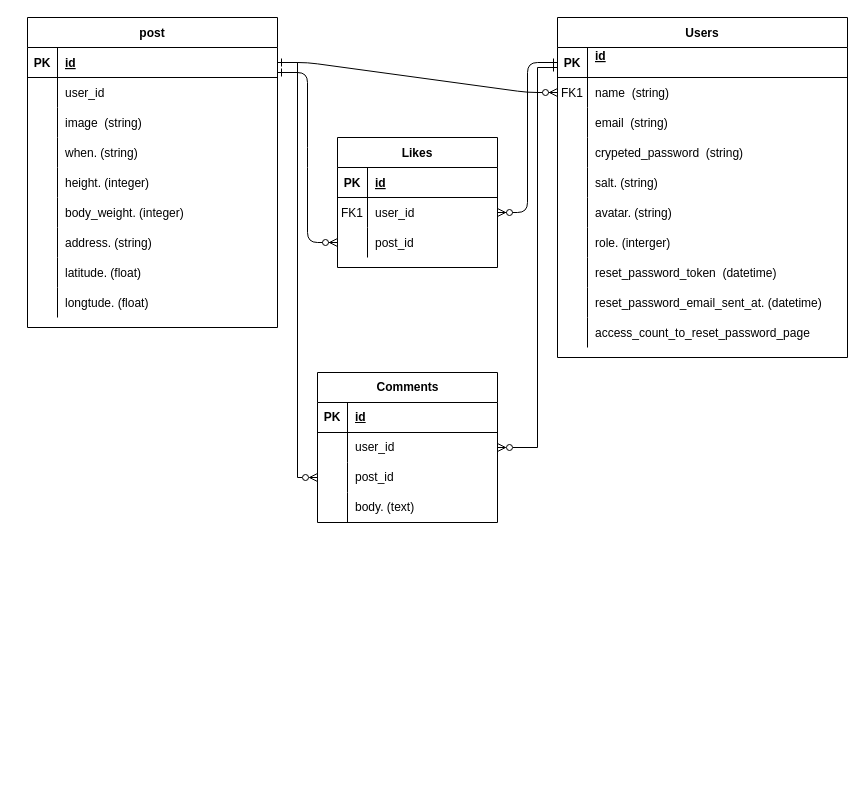
This is 名称未設定ファイル.drawio from daichi-50/make_ER, a draw.io file, before an edit. Source tidied: cells renumbered, new cells numbered last; positions are measured from the earlier drawing's top-left corner, leaving out a move shared by most shapes. Both pictures are drawn from the tidied source at 100%, with x=0, y=0 at pixel (27, 17).
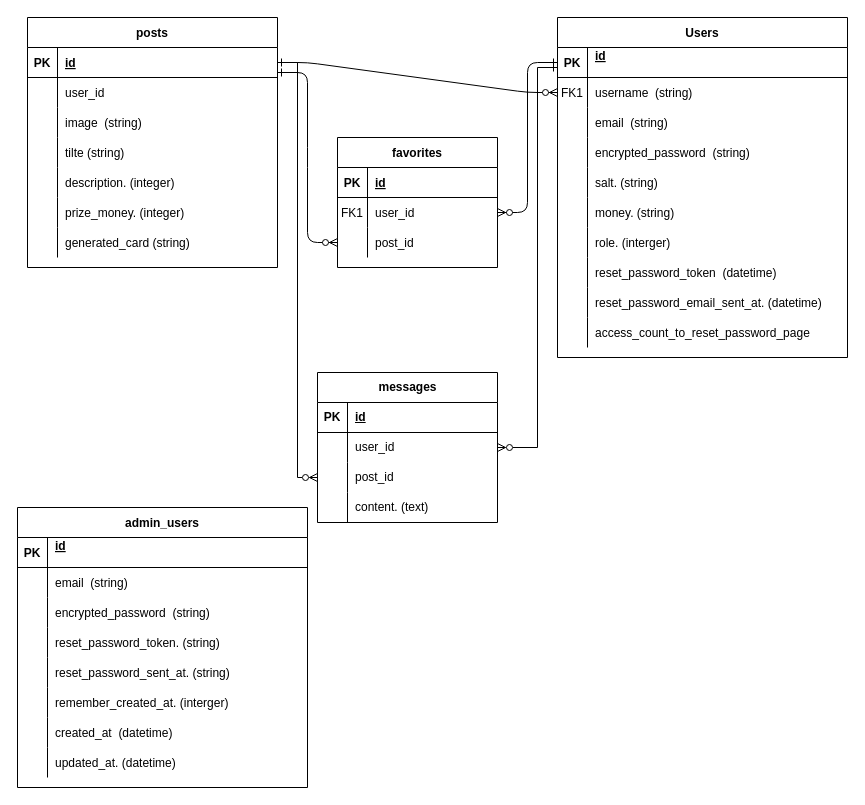
Above is the later version.

Commit message:
名称未設定ファイル.drawio を更新します

Unchanged cells that the change refers to:
```xml
<mxCell id="8" style="shape=partialRectangle;fillColor=none;points=[[0,0.5],[1,0.5]];portConstraint=eastwest;top=0;left=0;right=0;bottom=0;" parent="4" vertex="1">
  <mxGeometry y="60" width="290" height="30" as="geometry" />
</mxCell>
<mxCell id="14" style="shape=partialRectangle;fillColor=none;top=0;left=0;right=0;bottom=0;" parent="4" vertex="1">
  <mxGeometry y="120" width="290" height="30" as="geometry" />
</mxCell>
<mxCell id="20" style="shape=partialRectangle;fillColor=none;top=0;left=0;right=0;bottom=0;" parent="4" vertex="1">
  <mxGeometry y="180" width="290" height="30" as="geometry" />
</mxCell>
<mxCell id="55" style="shape=partialRectangle;fillColor=none;top=0;left=0;right=0;bottom=0;" parent="45" vertex="1">
  <mxGeometry y="120" width="250" height="30" as="geometry" />
</mxCell>
<mxCell id="58" style="shape=partialRectangle;fillColor=none;top=0;left=0;right=0;bottom=0;" parent="45" vertex="1">
  <mxGeometry y="150" width="250" height="30" as="geometry" />
</mxCell>
<mxCell id="61" style="shape=partialRectangle;fillColor=none;top=0;left=0;right=0;bottom=0;" parent="45" vertex="1">
  <mxGeometry y="180" width="250" height="30" as="geometry" />
</mxCell>
<mxCell id="64" style="shape=partialRectangle;fillColor=none;top=0;left=0;right=0;bottom=0;" parent="45" vertex="1">
  <mxGeometry y="210" width="250" height="30" as="geometry" />
</mxCell>
<mxCell id="83" style="shape=tableRow;horizontal=0;startSize=0;swimlaneHead=0;swimlaneBody=0;fillColor=none;top=0;left=0;right=0;bottom=0;" parent="73" vertex="1">
  <mxGeometry y="120" width="180" height="30" as="geometry" />
</mxCell>
```

What changed in the source:
```diff
@@
-    <mxCell id="10" value="name  (string)" style="shape=partialRectangle;overflow=hidden;fillColor=none;top=0;left=0;bottom=0;right=0;align=left;spacingLeft=6;" parent="8" vertex="1">
+    <mxCell id="10" value="username  (string)" style="shape=partialRectangle;overflow=hidden;fillColor=none;top=0;left=0;bottom=0;right=0;align=left;spacingLeft=6;" parent="8" vertex="1">
       <mxGeometry x="30" width="260" height="30" as="geometry" />
     </mxCell>
@@
-    <mxCell id="16" value="crypeted_password  (string)" style="shape=partialRectangle;overflow=hidden;fillColor=none;top=0;left=0;bottom=0;right=0;align=left;spacingLeft=6;" parent="14" vertex="1">
+    <mxCell id="16" value="encrypted_password  (string)" style="shape=partialRectangle;overflow=hidden;fillColor=none;top=0;left=0;bottom=0;right=0;align=left;spacingLeft=6;" parent="14" vertex="1">
       <mxGeometry x="30" width="260" height="30" as="geometry" />
     </mxCell>
@@
-    <mxCell id="22" value="avatar. (string)" style="shape=partialRectangle;overflow=hidden;fillColor=none;top=0;left=0;bottom=0;right=0;align=left;spacingLeft=6;" parent="20" vertex="1">
+    <mxCell id="22" value="money. (string)" style="shape=partialRectangle;overflow=hidden;fillColor=none;top=0;left=0;bottom=0;right=0;align=left;spacingLeft=6;" parent="20" vertex="1">
       <mxGeometry x="30" width="260" height="30" as="geometry" />
     </mxCell>
@@
-    <mxCell id="35" value="Likes" style="shape=table;startSize=30;childLayout=tableLayout;rowLines=0;fontStyle=1;align=center;" parent="1" vertex="1">
+    <mxCell id="35" value="favorites" style="shape=table;startSize=30;childLayout=tableLayout;rowLines=0;fontStyle=1;align=center;" parent="1" vertex="1">
       <mxGeometry x="310" y="120" width="160" height="130" as="geometry" />
     </mxCell>
@@
-    <mxCell id="45" value="post" style="shape=table;startSize=30;childLayout=tableLayout;rowLines=0;fontStyle=1;align=center;" parent="1" vertex="1">
-      <mxGeometry width="250" height="310" as="geometry" />
+    <mxCell id="45" value="posts" style="shape=table;startSize=30;childLayout=tableLayout;rowLines=0;fontStyle=1;align=center;" parent="1" vertex="1">
+      <mxGeometry width="250" height="250" as="geometry" />
     </mxCell>
@@
-    <mxCell id="57" value="when. (string)" style="shape=partialRectangle;overflow=hidden;fillColor=none;top=0;left=0;bottom=0;right=0;align=left;spacingLeft=6;" parent="55" vertex="1">
+    <mxCell id="57" value="tilte (string)" style="shape=partialRectangle;overflow=hidden;fillColor=none;top=0;left=0;bottom=0;right=0;align=left;spacingLeft=6;" parent="55" vertex="1">
       <mxGeometry x="30" width="220" height="30" as="geometry" />
     </mxCell>
@@
-    <mxCell id="60" value="height. (integer)" style="shape=partialRectangle;overflow=hidden;fillColor=none;top=0;left=0;bottom=0;right=0;align=left;spacingLeft=6;" parent="58" vertex="1">
+    <mxCell id="60" value="description. (integer)" style="shape=partialRectangle;overflow=hidden;fillColor=none;top=0;left=0;bottom=0;right=0;align=left;spacingLeft=6;" parent="58" vertex="1">
       <mxGeometry x="30" width="220" height="30" as="geometry" />
     </mxCell>
@@
-    <mxCell id="63" value="body_weight. (integer)" style="shape=partialRectangle;overflow=hidden;fillColor=none;top=0;left=0;bottom=0;right=0;align=left;spacingLeft=6;" parent="61" vertex="1">
+    <mxCell id="63" value="prize_money. (integer)" style="shape=partialRectangle;overflow=hidden;fillColor=none;top=0;left=0;bottom=0;right=0;align=left;spacingLeft=6;" parent="61" vertex="1">
       <mxGeometry x="30" width="220" height="30" as="geometry" />
     </mxCell>
@@
-    <mxCell id="66" value="address. (string)" style="shape=partialRectangle;overflow=hidden;fillColor=none;top=0;left=0;bottom=0;right=0;align=left;spacingLeft=6;" parent="64" vertex="1">
+    <mxCell id="66" value="generated_card (string)" style="shape=partialRectangle;overflow=hidden;fillColor=none;top=0;left=0;bottom=0;right=0;align=left;spacingLeft=6;" parent="64" vertex="1">
       <mxGeometry x="30" width="220" height="30" as="geometry" />
     </mxCell>
-    <mxCell id="67" style="shape=partialRectangle;fillColor=none;top=0;left=0;right=0;bottom=0;" parent="45" vertex="1">
-      <mxGeometry y="240" width="250" height="30" as="geometry" />
-    </mxCell>
-    <mxCell id="68" style="shape=partialRectangle;overflow=hidden;fillColor=none;top=0;left=0;bottom=0;right=0;" parent="67" vertex="1">
-      <mxGeometry width="30" height="30" as="geometry" />
-    </mxCell>
-    <mxCell id="69" value="latitude. (float)" style="shape=partialRectangle;overflow=hidden;fillColor=none;top=0;left=0;bottom=0;right=0;align=left;spacingLeft=6;" parent="67" vertex="1">
-      <mxGeometry x="30" width="220" height="30" as="geometry" />
-    </mxCell>
-    <mxCell id="70" style="shape=partialRectangle;fillColor=none;top=0;left=0;right=0;bottom=0;" parent="45" vertex="1">
-      <mxGeometry y="270" width="250" height="30" as="geometry" />
-    </mxCell>
-    <mxCell id="71" style="shape=partialRectangle;overflow=hidden;fillColor=none;top=0;left=0;bottom=0;right=0;" parent="70" vertex="1">
-      <mxGeometry width="30" height="30" as="geometry" />
-    </mxCell>
-    <mxCell id="72" value="longtude. (float)" style="shape=partialRectangle;overflow=hidden;fillColor=none;top=0;left=0;bottom=0;right=0;align=left;spacingLeft=6;" parent="70" vertex="1">
-      <mxGeometry x="30" width="220" height="30" as="geometry" />
-    </mxCell>
-    <mxCell id="73" value="Comments" style="shape=table;startSize=30;childLayout=tableLayout;rowLines=0;fontStyle=1;align=center;html=1;" parent="1" vertex="1">
+    <mxCell id="73" value="messages" style="shape=table;startSize=30;childLayout=tableLayout;rowLines=0;fontStyle=1;align=center;html=1;" parent="1" vertex="1">
       <mxGeometry x="290" y="355" width="180" height="150" as="geometry" />
     </mxCell>
@@
-    <mxCell id="85" value="body. (text)" style="shape=partialRectangle;fillColor=none;top=0;left=0;bottom=0;right=0;align=left;spacingLeft=6;overflow=hidden;whiteSpace=wrap;html=1;" parent="83" vertex="1">
+    <mxCell id="85" value="content. (text)" style="shape=partialRectangle;fillColor=none;top=0;left=0;bottom=0;right=0;align=left;spacingLeft=6;overflow=hidden;whiteSpace=wrap;html=1;" parent="83" vertex="1">
       <mxGeometry x="30" width="150" height="30" as="geometry" />
     </mxCell>
@@
+    <mxCell id="89" value="admin_users" style="shape=table;startSize=30;childLayout=tableLayout;rowLines=0;fontStyle=1;align=center;" parent="1" vertex="1">
+      <mxGeometry x="-10" y="490" width="290" height="280" as="geometry" />
+    </mxCell>
+    <mxCell id="90" style="shape=partialRectangle;fillColor=none;top=0;left=0;right=0;bottom=1;" parent="89" vertex="1">
+      <mxGeometry y="30" width="290" height="30" as="geometry" />
+    </mxCell>
+    <mxCell id="91" value="PK" style="shape=partialRectangle;overflow=hidden;fillColor=none;top=0;left=0;bottom=0;right=0;fontStyle=1;" parent="90" vertex="1">
+      <mxGeometry width="30" height="30" as="geometry" />
+    </mxCell>
+    <mxCell id="92" value="id&#10;" style="shape=partialRectangle;overflow=hidden;fillColor=none;top=0;left=0;bottom=0;right=0;align=left;spacingLeft=6;fontStyle=5;" parent="90" vertex="1">
+      <mxGeometry x="30" width="260" height="30" as="geometry" />
+    </mxCell>
+    <mxCell id="93" style="shape=partialRectangle;fillColor=none;top=0;left=0;right=0;bottom=0;" parent="89" vertex="1">
+      <mxGeometry y="60" width="290" height="30" as="geometry" />
+    </mxCell>
+    <mxCell id="94" style="shape=partialRectangle;overflow=hidden;fillColor=none;top=0;left=0;bottom=0;right=0;" parent="93" vertex="1">
+      <mxGeometry width="30" height="30" as="geometry" />
+    </mxCell>
+    <mxCell id="95" value="email  (string)" style="shape=partialRectangle;overflow=hidden;fillColor=none;top=0;left=0;bottom=0;right=0;align=left;spacingLeft=6;" parent="93" vertex="1">
+      <mxGeometry x="30" width="260" height="30" as="geometry" />
+    </mxCell>
+    <mxCell id="96" style="shape=partialRectangle;fillColor=none;top=0;left=0;right=0;bottom=0;" parent="89" vertex="1">
+      <mxGeometry y="90" width="290" height="30" as="geometry" />
+    </mxCell>
+    <mxCell id="97" style="shape=partialRectangle;overflow=hidden;fillColor=none;top=0;left=0;bottom=0;right=0;" parent="96" vertex="1">
+      <mxGeometry width="30" height="30" as="geometry" />
+    </mxCell>
+    <mxCell id="98" value="encrypted_password  (string)" style="shape=partialRectangle;overflow=hidden;fillColor=none;top=0;left=0;bottom=0;right=0;align=left;spacingLeft=6;" parent="96" vertex="1">
+      <mxGeometry x="30" width="260" height="30" as="geometry" />
+    </mxCell>
+    <mxCell id="99" style="shape=partialRectangle;fillColor=none;top=0;left=0;right=0;bottom=0;" parent="89" vertex="1">
+      <mxGeometry y="120" width="290" height="30" as="geometry" />
+    </mxCell>
+    <mxCell id="100" style="shape=partialRectangle;overflow=hidden;fillColor=none;top=0;left=0;bottom=0;right=0;" parent="99" vertex="1">
+      <mxGeometry width="30" height="30" as="geometry" />
+    </mxCell>
+    <mxCell id="101" value="reset_password_token. (string)" style="shape=partialRectangle;overflow=hidden;fillColor=none;top=0;left=0;bottom=0;right=0;align=left;spacingLeft=6;" parent="99" vertex="1">
+      <mxGeometry x="30" width="260" height="30" as="geometry" />
+    </mxCell>
+    <mxCell id="102" style="shape=partialRectangle;fillColor=none;top=0;left=0;right=0;bottom=0;" parent="89" vertex="1">
+      <mxGeometry y="150" width="290" height="30" as="geometry" />
+    </mxCell>
+    <mxCell id="103" style="shape=partialRectangle;overflow=hidden;fillColor=none;top=0;left=0;bottom=0;right=0;" parent="102" vertex="1">
+      <mxGeometry width="30" height="30" as="geometry" />
+    </mxCell>
+    <mxCell id="104" value="reset_password_sent_at. (string)" style="shape=partialRectangle;overflow=hidden;fillColor=none;top=0;left=0;bottom=0;right=0;align=left;spacingLeft=6;" parent="102" vertex="1">
+      <mxGeometry x="30" width="260" height="30" as="geometry" />
+    </mxCell>
+    <mxCell id="105" style="shape=partialRectangle;fillColor=none;top=0;left=0;right=0;bottom=0;" parent="89" vertex="1">
+      <mxGeometry y="180" width="290" height="30" as="geometry" />
+    </mxCell>
+    <mxCell id="106" style="shape=partialRectangle;overflow=hidden;fillColor=none;top=0;left=0;bottom=0;right=0;" parent="105" vertex="1">
+      <mxGeometry width="30" height="30" as="geometry" />
+    </mxCell>
+    <mxCell id="107" value="remember_created_at. (interger)" style="shape=partialRectangle;overflow=hidden;fillColor=none;top=0;left=0;bottom=0;right=0;align=left;spacingLeft=6;" parent="105" vertex="1">
+      <mxGeometry x="30" width="260" height="30" as="geometry" />
+    </mxCell>
+    <mxCell id="108" style="shape=partialRectangle;fillColor=none;top=0;left=0;right=0;bottom=0;" parent="89" vertex="1">
+      <mxGeometry y="210" width="290" height="30" as="geometry" />
+    </mxCell>
+    <mxCell id="109" style="shape=partialRectangle;overflow=hidden;fillColor=none;top=0;left=0;bottom=0;right=0;" parent="108" vertex="1">
+      <mxGeometry width="30" height="30" as="geometry" />
+    </mxCell>
+    <mxCell id="110" value="created_at  (datetime)" style="shape=partialRectangle;overflow=hidden;fillColor=none;top=0;left=0;bottom=0;right=0;align=left;spacingLeft=6;" parent="108" vertex="1">
+      <mxGeometry x="30" width="260" height="30" as="geometry" />
+    </mxCell>
+    <mxCell id="111" style="shape=partialRectangle;fillColor=none;top=0;left=0;right=0;bottom=0;" parent="89" vertex="1">
+      <mxGeometry y="240" width="290" height="30" as="geometry" />
+    </mxCell>
+    <mxCell id="112" style="shape=partialRectangle;overflow=hidden;fillColor=none;top=0;left=0;bottom=0;right=0;" parent="111" vertex="1">
+      <mxGeometry width="30" height="30" as="geometry" />
+    </mxCell>
+    <mxCell id="113" value="updated_at. (datetime)" style="shape=partialRectangle;overflow=hidden;fillColor=none;top=0;left=0;bottom=0;right=0;align=left;spacingLeft=6;" parent="111" vertex="1">
+      <mxGeometry x="30" width="260" height="30" as="geometry" />
+    </mxCell>
```
